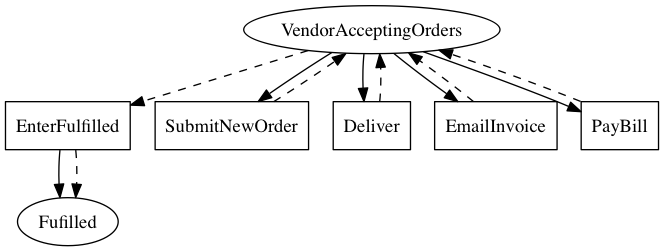
Earlier version of the Graphviz export linear_state_machine_language/pyL4/examples_graphviz_out/from_academic_lit/hvitved_master_sales_agreement_full_with_ids_and_obligation_objects.png (Marcao02/complaw-deeptech). Its source is kept beside it as linear_state_machine_language/pyL4/examples_graphviz_out/from_academic_lit/hvitved_master_sales_agreement_full_with_ids_and_obligation_objects.dot. Its diagram source:
```dot

digraph Master_Sales_Agreement {
    Fulfilled[label=Fufilled];
    VendorAcceptingOrders[label=VendorAcceptingOrders]

    EnterFulfilled[label=EnterFufilled,shape=box];
    SubmitNewOrder[label=SubmitNewOrder,shape=box];
	Deliver[label=Deliver,shape=box];
	EmailInvoice[label=EmailInvoice,shape=box];
	PayBill[label=PayBill,shape=box];
	EnterFulfilled[label=EnterFulfilled,shape=box]

    EnterFulfilled -> Fulfilled;

    VendorAcceptingOrders -> SubmitNewOrder;
	VendorAcceptingOrders -> PayBill;
	VendorAcceptingOrders -> EnterFulfilled [style=dashed];
	VendorAcceptingOrders -> Deliver;
	VendorAcceptingOrders -> EmailInvoice

    SubmitNewOrder -> VendorAcceptingOrders [style=dashed];
	Deliver -> VendorAcceptingOrders [style=dashed];
	EmailInvoice -> VendorAcceptingOrders [style=dashed];
	PayBill -> VendorAcceptingOrders [style=dashed];
	EnterFulfilled -> Fulfilled [style=dashed];



}
```
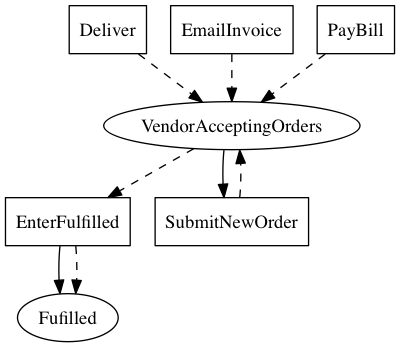
After the commit.

What changed in the source:
```diff
@@ -13,10 +13,7 @@
     EnterFulfilled -> Fulfilled;
 
     VendorAcceptingOrders -> SubmitNewOrder;
-	VendorAcceptingOrders -> PayBill;
-	VendorAcceptingOrders -> EnterFulfilled [style=dashed];
-	VendorAcceptingOrders -> Deliver;
-	VendorAcceptingOrders -> EmailInvoice
+	VendorAcceptingOrders -> EnterFulfilled [style=dashed]
 
     SubmitNewOrder -> VendorAcceptingOrders [style=dashed];
 	Deliver -> VendorAcceptingOrders [style=dashed];
```
